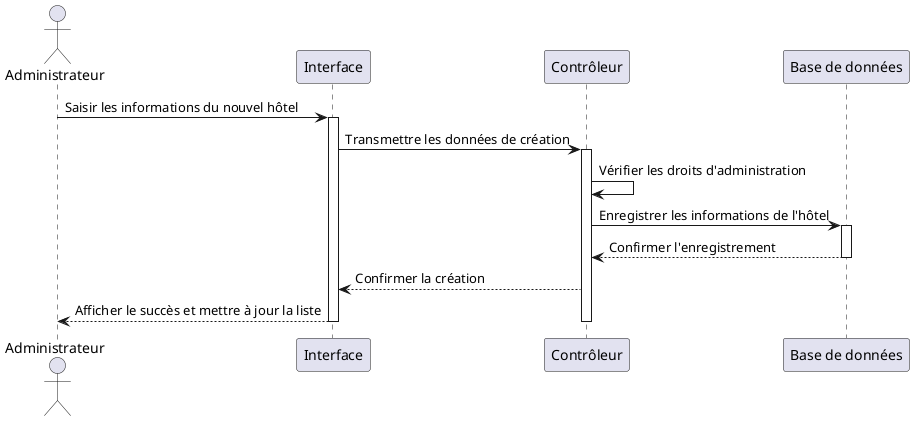
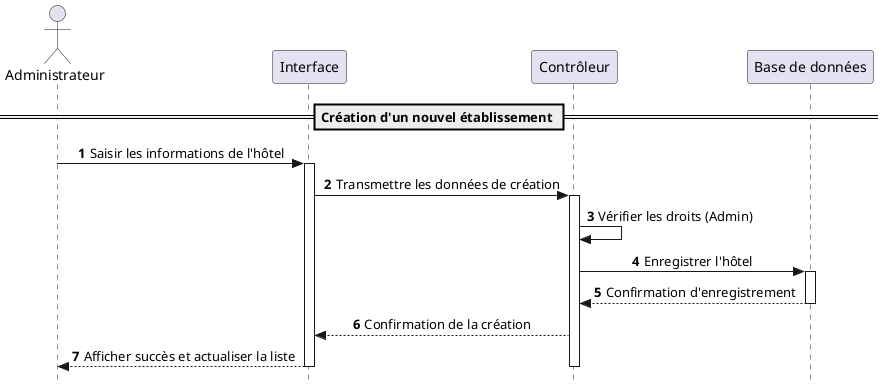
@startuml
+ skinparam style strictuml
+ skinparam sequenceMessageAlign center
skinparam shadowing false
+ autonumber

actor "Administrateur" as admin
participant "Interface" as vue
participant "Contrôleur" as api
participant "Base de données" as db

- admin -> vue : Saisir les informations du nouvel hôtel
+ == Création d'un nouvel établissement ==
+ 
+ admin -> vue : Saisir les informations de l'hôtel
activate vue
vue -> api : Transmettre les données de création
activate api

- api -> api : Vérifier les droits d'administration
+ api -> api : Vérifier les droits (Admin)

- api -> db : Enregistrer les informations de l'hôtel
+ api -> db : Enregistrer l'hôtel
activate db
- db --> api : Confirmer l'enregistrement
+ db --> api : Confirmation d'enregistrement
deactivate db

- api --> vue : Confirmer la création
- vue --> admin : Afficher le succès et mettre à jour la liste
+ api --> vue : Confirmation de la création
+ vue --> admin : Afficher succès et actualiser la liste

deactivate api
deactivate vue
+ 
@enduml